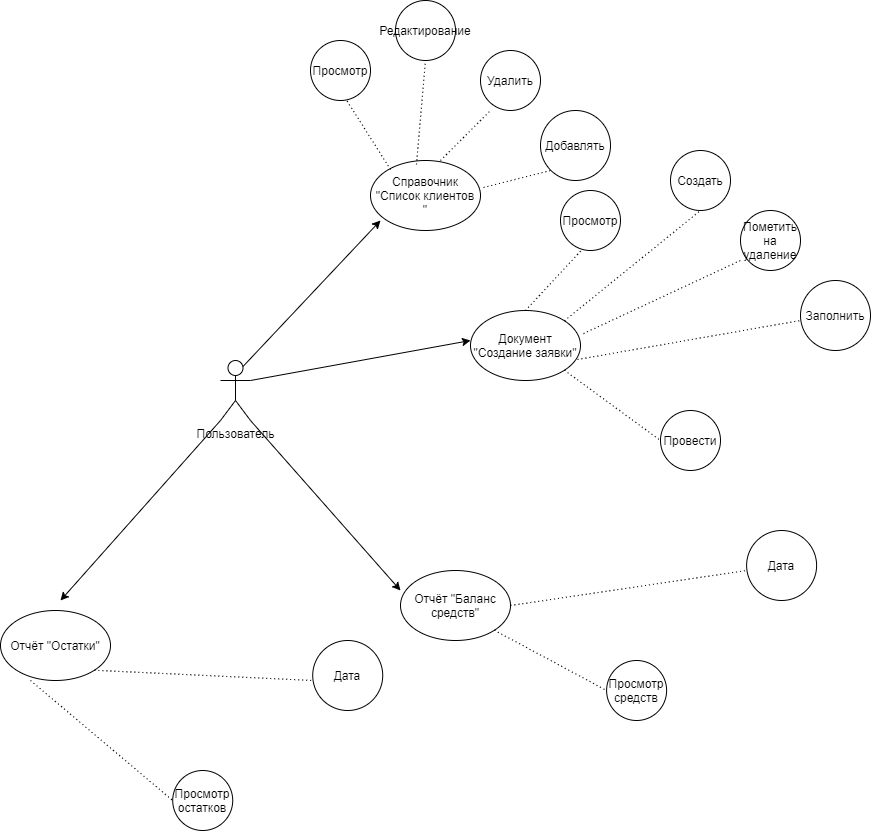
Before: ДиаграммаВариантовИспользования.png, a diagram exported from draw.io (aiecs/practice_shumilin). Source tidied: cells renumbered, new cells last; positions are measured from the earlier drawing's top-left corner, leaving out a move shared by most shapes.
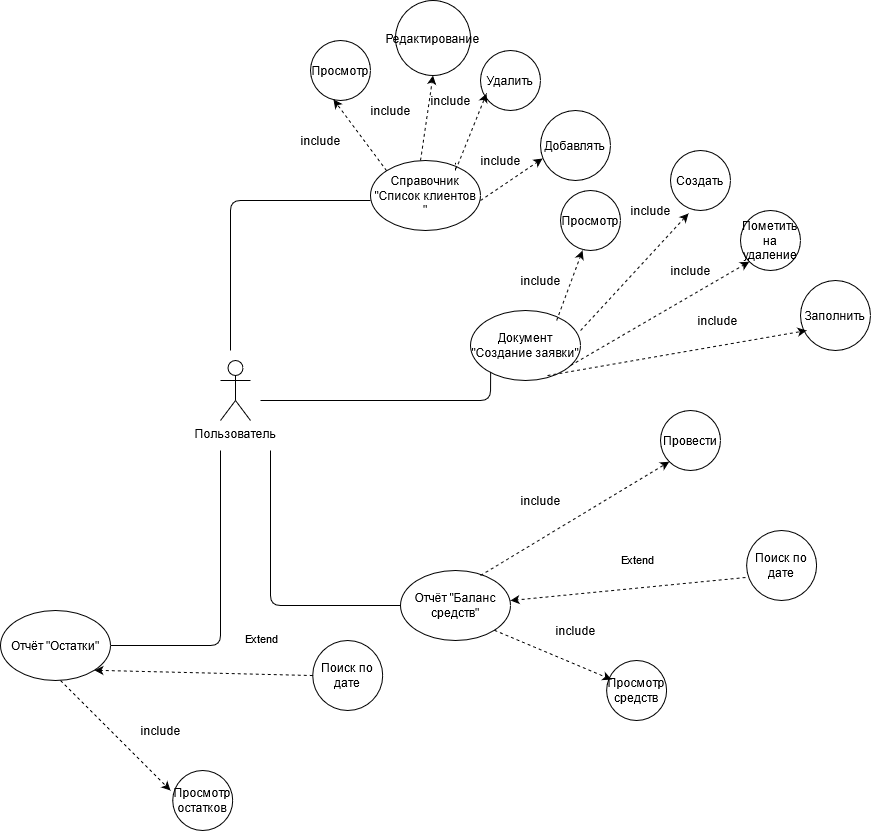
Later version of the same file.

Change to the diagram source:
```diff
@@ -5,28 +5,6 @@
     <mxCell id="2" value="Пользователь&lt;br&gt;" style="shape=umlActor;verticalLabelPosition=bottom;verticalAlign=top;html=1;outlineConnect=0;" parent="1" vertex="1">
       <mxGeometry x="220" y="360" width="30" height="60" as="geometry" />
     </mxCell>
-    <mxCell id="3" style="endArrow=classic;html=1;" parent="1" edge="1">
-      <mxGeometry relative="1" as="geometry">
-        <mxPoint x="220" y="420" as="sourcePoint" />
-        <mxPoint x="60" y="600" as="targetPoint" />
-      </mxGeometry>
-    </mxCell>
-    <mxCell id="4" style="endArrow=classic;html=1;exitX=1;exitY=1;exitDx=0;exitDy=0;exitPerimeter=0;" parent="1" edge="1" source="2">
-      <mxGeometry relative="1" as="geometry">
-        <mxPoint x="400" y="590" as="targetPoint" />
-      </mxGeometry>
-    </mxCell>
-    <mxCell id="5" style="endArrow=classic;html=1;" parent="1" edge="1">
-      <mxGeometry relative="1" as="geometry">
-        <mxPoint x="250" y="380" as="sourcePoint" />
-        <mxPoint x="470" y="340" as="targetPoint" />
-      </mxGeometry>
-    </mxCell>
-    <mxCell id="6" style="endArrow=classic;html=1;exitX=0.75;exitY=0.1;exitDx=0;exitDy=0;exitPerimeter=0;" parent="1" edge="1" source="2">
-      <mxGeometry relative="1" as="geometry">
-        <mxPoint x="380" y="220" as="targetPoint" />
-      </mxGeometry>
-    </mxCell>
     <mxCell id="7" value="Справочник&lt;br&gt;&quot;Список клиентов&lt;br&gt;&quot;" style="ellipse;whiteSpace=wrap;html=1;" parent="1" vertex="1">
       <mxGeometry x="370" y="160" width="110" height="70" as="geometry" />
     </mxCell>
@@ -39,107 +17,180 @@
     <mxCell id="10" value="Отчёт &quot;Остатки&quot;" style="ellipse;whiteSpace=wrap;html=1;" parent="1" vertex="1">
       <mxGeometry y="610" width="110" height="70" as="geometry" />
     </mxCell>
-    <mxCell id="11" style="endArrow=none;dashed=1;html=1;dashPattern=1 3;strokeWidth=1;targetPerimeterSpacing=0;endSize=5;sourcePerimeterSpacing=0;startSize=0;" parent="1" edge="1">
-      <mxGeometry relative="1" as="geometry">
-        <mxPoint x="440" y="160" as="sourcePoint" />
-        <mxPoint x="490" y="110" as="targetPoint" />
-      </mxGeometry>
-    </mxCell>
     <mxCell id="12" value="Удалить" style="ellipse;whiteSpace=wrap;html=1;" parent="1" vertex="1">
       <mxGeometry x="480" y="50" width="60" height="60" as="geometry" />
     </mxCell>
-    <mxCell id="13" style="endArrow=none;dashed=1;html=1;dashPattern=1 3;strokeWidth=1;targetPerimeterSpacing=0;endSize=5;sourcePerimeterSpacing=0;startSize=0;" parent="1" edge="1">
-      <mxGeometry relative="1" as="geometry">
-        <mxPoint x="390" y="169" as="sourcePoint" />
-        <mxPoint x="340" y="90" as="targetPoint" />
-      </mxGeometry>
-    </mxCell>
     <mxCell id="14" value="Просмотр" style="ellipse;whiteSpace=wrap;html=1;" parent="1" vertex="1">
       <mxGeometry x="310" y="40" width="60" height="60" as="geometry" />
     </mxCell>
-    <mxCell id="15" style="endArrow=none;dashed=1;html=1;dashPattern=1 3;strokeWidth=1;targetPerimeterSpacing=0;endSize=5;sourcePerimeterSpacing=0;startSize=0;exitX=0.418;exitY=0.057;exitDx=0;exitDy=0;exitPerimeter=0;entryX=0.5;entryY=1;entryDx=0;entryDy=0;" parent="1" edge="1" source="7" target="16">
-      <mxGeometry relative="1" as="geometry" />
-    </mxCell>
     <mxCell id="16" value="Редактирование" style="ellipse;whiteSpace=wrap;html=1;" parent="1" vertex="1">
-      <mxGeometry x="395" width="60" height="60" as="geometry" />
+      <mxGeometry x="395" width="75" height="75" as="geometry" />
     </mxCell>
-    <mxCell id="17" style="endArrow=none;dashed=1;html=1;dashPattern=1 3;strokeWidth=1;targetPerimeterSpacing=0;endSize=5;sourcePerimeterSpacing=0;startSize=0;exitX=1.027;exitY=0.386;exitDx=0;exitDy=0;exitPerimeter=0;" parent="1" edge="1" source="7">
-      <mxGeometry relative="1" as="geometry">
-        <mxPoint x="550" y="170" as="targetPoint" />
-      </mxGeometry>
-    </mxCell>
     <mxCell id="18" value="Добавлять" style="ellipse;whiteSpace=wrap;html=1;" parent="1" vertex="1">
       <mxGeometry x="540" y="110" width="70" height="70" as="geometry" />
     </mxCell>
-    <mxCell id="19" style="endArrow=none;dashed=1;html=1;dashPattern=1 3;strokeWidth=1;targetPerimeterSpacing=0;endSize=5;sourcePerimeterSpacing=0;startSize=0;exitX=1.027;exitY=0.329;exitDx=0;exitDy=0;exitPerimeter=0;" parent="1" edge="1" source="8">
-      <mxGeometry relative="1" as="geometry">
-        <mxPoint x="740" y="260" as="targetPoint" />
-      </mxGeometry>
-    </mxCell>
     <mxCell id="20" value="Пометить на удаление" style="ellipse;whiteSpace=wrap;html=1;" parent="1" vertex="1">
       <mxGeometry x="740" y="210" width="60" height="60" as="geometry" />
     </mxCell>
-    <mxCell id="21" style="endArrow=none;dashed=1;html=1;dashPattern=1 3;strokeWidth=1;targetPerimeterSpacing=0;endSize=5;sourcePerimeterSpacing=0;startSize=0;exitX=0.5;exitY=0;exitDx=0;exitDy=0;" parent="1" edge="1" source="8">
-      <mxGeometry relative="1" as="geometry">
-        <mxPoint x="590" y="240" as="targetPoint" />
-      </mxGeometry>
-    </mxCell>
     <mxCell id="22" value="Просмотр" style="ellipse;whiteSpace=wrap;html=1;" parent="1" vertex="1">
       <mxGeometry x="560" y="190" width="60" height="60" as="geometry" />
     </mxCell>
-    <mxCell id="23" style="endArrow=none;dashed=1;html=1;dashPattern=1 3;strokeWidth=1;targetPerimeterSpacing=0;endSize=5;sourcePerimeterSpacing=0;startSize=0;exitX=1;exitY=0;exitDx=0;exitDy=0;entryX=0.5;entryY=1;entryDx=0;entryDy=0;" parent="1" edge="1" source="8" target="24">
-      <mxGeometry relative="1" as="geometry" />
-    </mxCell>
     <mxCell id="24" value="Создать" style="ellipse;whiteSpace=wrap;html=1;" parent="1" vertex="1">
       <mxGeometry x="670" y="150" width="60" height="60" as="geometry" />
     </mxCell>
-    <mxCell id="25" style="endArrow=none;dashed=1;html=1;dashPattern=1 3;strokeWidth=1;targetPerimeterSpacing=0;endSize=5;sourcePerimeterSpacing=0;startSize=0;exitX=0.973;exitY=0.7;exitDx=0;exitDy=0;exitPerimeter=0;" parent="1" edge="1" source="8">
-      <mxGeometry relative="1" as="geometry">
-        <mxPoint x="800" y="320" as="targetPoint" />
-      </mxGeometry>
-    </mxCell>
     <mxCell id="26" value="Заполнить&lt;br&gt;" style="ellipse;whiteSpace=wrap;html=1;" parent="1" vertex="1">
       <mxGeometry x="800" y="280" width="70" height="70" as="geometry" />
     </mxCell>
-    <mxCell id="27" style="endArrow=none;dashed=1;html=1;dashPattern=1 3;strokeWidth=1;targetPerimeterSpacing=0;endSize=5;sourcePerimeterSpacing=0;startSize=0;exitX=1;exitY=1;exitDx=0;exitDy=0;" parent="1" edge="1" source="8">
-      <mxGeometry relative="1" as="geometry">
-        <mxPoint x="660" y="440" as="targetPoint" />
-      </mxGeometry>
-    </mxCell>
     <mxCell id="28" value="Провести" style="ellipse;whiteSpace=wrap;html=1;" parent="1" vertex="1">
       <mxGeometry x="660" y="410" width="60" height="60" as="geometry" />
     </mxCell>
-    <mxCell id="29" style="endArrow=none;dashed=1;html=1;dashPattern=1 3;strokeWidth=1;targetPerimeterSpacing=0;endSize=5;sourcePerimeterSpacing=0;startSize=0;exitX=1;exitY=0.5;exitDx=0;exitDy=0;" parent="1" edge="1" source="9">
-      <mxGeometry relative="1" as="geometry">
-        <mxPoint x="746.1" y="570" as="targetPoint" />
-      </mxGeometry>
-    </mxCell>
-    <mxCell id="30" value="Дата" style="ellipse;whiteSpace=wrap;html=1;" parent="1" vertex="1">
+    <mxCell id="30" value="Поиск по дате" style="ellipse;whiteSpace=wrap;html=1;" parent="1" vertex="1">
       <mxGeometry x="746.1" y="530" width="70" height="70" as="geometry" />
     </mxCell>
-    <mxCell id="31" style="endArrow=none;dashed=1;html=1;dashPattern=1 3;strokeWidth=1;targetPerimeterSpacing=0;endSize=5;sourcePerimeterSpacing=0;startSize=0;exitX=1;exitY=1;exitDx=0;exitDy=0;" parent="1" edge="1" source="9">
-      <mxGeometry relative="1" as="geometry">
-        <mxPoint x="606.1" y="690" as="targetPoint" />
-      </mxGeometry>
-    </mxCell>
     <mxCell id="32" value="Просмотр средств" style="ellipse;whiteSpace=wrap;html=1;" parent="1" vertex="1">
       <mxGeometry x="606.1" y="660" width="60" height="60" as="geometry" />
     </mxCell>
-    <mxCell id="33" style="endArrow=none;dashed=1;html=1;dashPattern=1 3;strokeWidth=1;targetPerimeterSpacing=0;endSize=5;sourcePerimeterSpacing=0;startSize=0;exitX=1;exitY=1;exitDx=0;exitDy=0;" parent="1" edge="1" source="10">
-      <mxGeometry relative="1" as="geometry">
-        <mxPoint x="312.2" y="680" as="targetPoint" />
-      </mxGeometry>
-    </mxCell>
-    <mxCell id="34" value="Дата" style="ellipse;whiteSpace=wrap;html=1;" parent="1" vertex="1">
+    <mxCell id="34" value="Поиск по дате" style="ellipse;whiteSpace=wrap;html=1;" parent="1" vertex="1">
       <mxGeometry x="312.2" y="640" width="70" height="70" as="geometry" />
     </mxCell>
-    <mxCell id="35" style="endArrow=none;dashed=1;html=1;dashPattern=1 3;strokeWidth=1;targetPerimeterSpacing=0;endSize=5;sourcePerimeterSpacing=0;startSize=0;exitX=0.273;exitY=1;exitDx=0;exitDy=0;exitPerimeter=0;" parent="1" edge="1" source="10">
-      <mxGeometry relative="1" as="geometry">
-        <mxPoint x="172.2" y="800" as="targetPoint" />
-      </mxGeometry>
-    </mxCell>
     <mxCell id="36" value="Просмотр остатков" style="ellipse;whiteSpace=wrap;html=1;" parent="1" vertex="1">
       <mxGeometry x="172.2" y="770" width="60" height="60" as="geometry" />
     </mxCell>
+    <mxCell id="37" style="endArrow=none;html=1;entryX=0.183;entryY=0.876;entryDx=0;entryDy=0;entryPerimeter=0;" parent="1" edge="1" target="8">
+      <mxGeometry relative="1" as="geometry">
+        <mxPoint x="260" y="400" as="sourcePoint" />
+        <Array as="points">
+          <mxPoint x="490" y="400" />
+        </Array>
+      </mxGeometry>
+    </mxCell>
+    <mxCell id="38" style="endArrow=none;html=1;exitX=1;exitY=0.5;exitDx=0;exitDy=0;" parent="1" edge="1" source="10">
+      <mxGeometry relative="1" as="geometry">
+        <mxPoint x="220" y="450" as="targetPoint" />
+        <Array as="points">
+          <mxPoint x="220" y="645" />
+        </Array>
+      </mxGeometry>
+    </mxCell>
+    <mxCell id="39" style="endArrow=none;html=1;exitX=0;exitY=0.5;exitDx=0;exitDy=0;" parent="1" edge="1" source="9">
+      <mxGeometry relative="1" as="geometry">
+        <mxPoint x="270" y="450" as="targetPoint" />
+        <Array as="points">
+          <mxPoint x="270" y="605" />
+        </Array>
+      </mxGeometry>
+    </mxCell>
+    <mxCell id="40" style="endArrow=none;html=1;" parent="1" edge="1">
+      <mxGeometry relative="1" as="geometry">
+        <mxPoint x="230" y="350" as="sourcePoint" />
+        <mxPoint x="370" y="200" as="targetPoint" />
+        <Array as="points">
+          <mxPoint x="230" y="200" />
+        </Array>
+      </mxGeometry>
+    </mxCell>
+    <mxCell id="41" style="endArrow=classic;html=1;dashed=1;" parent="1" edge="1">
+      <mxGeometry relative="1" as="geometry">
+        <mxPoint x="60" y="680" as="sourcePoint" />
+        <mxPoint x="170" y="790" as="targetPoint" />
+      </mxGeometry>
+    </mxCell>
+    <mxCell id="42" style="endArrow=classic;html=1;entryX=1;entryY=1;entryDx=0;entryDy=0;exitX=0;exitY=0.5;exitDx=0;exitDy=0;dashed=1;" parent="1" edge="1" source="34" target="10">
+      <mxGeometry relative="1" as="geometry" />
+    </mxCell>
+    <mxCell id="43" value="&lt;div&gt;Extend&lt;/div&gt;&lt;div&gt;&lt;br&gt;&lt;/div&gt;" style="edgeLabel;html=1;align=center;verticalAlign=middle;" parent="42" vertex="1">
+      <mxGeometry x="-0.58" relative="1" as="geometry">
+        <mxPoint x="-6" y="-29" as="offset" />
+      </mxGeometry>
+    </mxCell>
+    <mxCell id="44" style="endArrow=classic;html=1;entryX=0.081;entryY=0.317;entryDx=0;entryDy=0;entryPerimeter=0;exitX=1;exitY=1;exitDx=0;exitDy=0;dashed=1;" parent="1" edge="1" source="9" target="32">
+      <mxGeometry relative="1" as="geometry" />
+    </mxCell>
+    <mxCell id="45" style="endArrow=classic;html=1;entryX=-0.016;entryY=0.671;entryDx=0;entryDy=0;entryPerimeter=0;exitX=-0.016;exitY=0.671;exitDx=0;exitDy=0;exitPerimeter=0;dashed=1;" parent="1" edge="1" source="30">
+      <mxGeometry relative="1" as="geometry">
+        <mxPoint x="510" y="600" as="targetPoint" />
+      </mxGeometry>
+    </mxCell>
+    <mxCell id="46" style="endArrow=classic;html=1;entryX=0;entryY=1;entryDx=0;entryDy=0;exitX=0.727;exitY=0.071;exitDx=0;exitDy=0;exitPerimeter=0;dashed=1;" parent="1" edge="1" source="9" target="28">
+      <mxGeometry relative="1" as="geometry" />
+    </mxCell>
+    <mxCell id="47" style="endArrow=classic;html=1;entryX=0.383;entryY=0.983;entryDx=0;entryDy=0;entryPerimeter=0;exitX=0;exitY=0;exitDx=0;exitDy=0;dashed=1;" parent="1" edge="1" source="7" target="14">
+      <mxGeometry relative="1" as="geometry" />
+    </mxCell>
+    <mxCell id="48" style="endArrow=classic;html=1;entryX=0.5;entryY=1;entryDx=0;entryDy=0;dashed=1;" parent="1" edge="1" target="16">
+      <mxGeometry relative="1" as="geometry">
+        <mxPoint x="420" y="160" as="sourcePoint" />
+      </mxGeometry>
+    </mxCell>
+    <mxCell id="49" style="endArrow=classic;html=1;entryX=0.1;entryY=0.717;entryDx=0;entryDy=0;entryPerimeter=0;dashed=1;" parent="1" edge="1" target="12">
+      <mxGeometry relative="1" as="geometry">
+        <mxPoint x="455" y="170" as="sourcePoint" />
+        <Array as="points">
+          <mxPoint x="455" y="160" />
+          <mxPoint x="455" y="170" />
+        </Array>
+      </mxGeometry>
+    </mxCell>
+    <mxCell id="50" style="endArrow=classic;html=1;entryX=0.029;entryY=0.686;entryDx=0;entryDy=0;entryPerimeter=0;dashed=1;" parent="1" edge="1" target="18">
+      <mxGeometry relative="1" as="geometry">
+        <mxPoint x="480" y="200" as="sourcePoint" />
+      </mxGeometry>
+    </mxCell>
+    <mxCell id="51" style="endArrow=classic;html=1;entryX=0.367;entryY=1;entryDx=0;entryDy=0;entryPerimeter=0;dashed=1;" parent="1" edge="1" target="22">
+      <mxGeometry relative="1" as="geometry">
+        <mxPoint x="556.1" y="320" as="sourcePoint" />
+      </mxGeometry>
+    </mxCell>
+    <mxCell id="52" style="endArrow=classic;html=1;entryX=0.3;entryY=1.05;entryDx=0;entryDy=0;entryPerimeter=0;dashed=1;" parent="1" edge="1" target="24">
+      <mxGeometry relative="1" as="geometry">
+        <mxPoint x="580" y="330" as="sourcePoint" />
+      </mxGeometry>
+    </mxCell>
+    <mxCell id="53" style="endArrow=classic;html=1;entryX=0;entryY=1;entryDx=0;entryDy=0;dashed=1;" parent="1" edge="1" target="20">
+      <mxGeometry relative="1" as="geometry">
+        <mxPoint x="570" y="365" as="sourcePoint" />
+      </mxGeometry>
+    </mxCell>
+    <mxCell id="54" style="endArrow=classic;html=1;exitX=0.7;exitY=0.929;exitDx=0;exitDy=0;exitPerimeter=0;dashed=1;" parent="1" edge="1" source="8">
+      <mxGeometry relative="1" as="geometry">
+        <mxPoint x="806.1" y="330" as="targetPoint" />
+      </mxGeometry>
+    </mxCell>
+    <mxCell id="55" value="&lt;div&gt;Extend&lt;/div&gt;&lt;div&gt;&lt;br&gt;&lt;/div&gt;" style="edgeLabel;html=1;align=center;verticalAlign=middle;" parent="1" vertex="1">
+      <mxGeometry x="636.1" y="565" as="geometry" />
+    </mxCell>
+    <mxCell id="56" value="include" style="text;html=1;align=center;verticalAlign=middle;strokeColor=none;" parent="1" vertex="1">
+      <mxGeometry x="510" y="490" width="60" height="20" as="geometry" />
+    </mxCell>
+    <mxCell id="57" value="include" style="text;html=1;align=center;verticalAlign=middle;strokeColor=none;" parent="1" vertex="1">
+      <mxGeometry x="545" y="620" width="60" height="20" as="geometry" />
+    </mxCell>
+    <mxCell id="58" value="include" style="text;html=1;align=center;verticalAlign=middle;strokeColor=none;" parent="1" vertex="1">
+      <mxGeometry x="130" y="720" width="60" height="20" as="geometry" />
+    </mxCell>
+    <mxCell id="59" value="include" style="text;html=1;align=center;verticalAlign=middle;strokeColor=none;" parent="1" vertex="1">
+      <mxGeometry x="687" y="310" width="60" height="20" as="geometry" />
+    </mxCell>
+    <mxCell id="60" value="include" style="text;html=1;align=center;verticalAlign=middle;strokeColor=none;" parent="1" vertex="1">
+      <mxGeometry x="660" y="260" width="60" height="20" as="geometry" />
+    </mxCell>
+    <mxCell id="61" value="include" style="text;html=1;align=center;verticalAlign=middle;strokeColor=none;" parent="1" vertex="1">
+      <mxGeometry x="620" y="200" width="60" height="20" as="geometry" />
+    </mxCell>
+    <mxCell id="62" value="include" style="text;html=1;align=center;verticalAlign=middle;strokeColor=none;dashed=1;" parent="1" vertex="1">
+      <mxGeometry x="510" y="270" width="60" height="20" as="geometry" />
+    </mxCell>
+    <mxCell id="63" value="include" style="text;html=1;align=center;verticalAlign=middle;strokeColor=none;" parent="1" vertex="1">
+      <mxGeometry x="290" y="130" width="60" height="20" as="geometry" />
+    </mxCell>
+    <mxCell id="64" value="include" style="text;html=1;align=center;verticalAlign=middle;strokeColor=none;" parent="1" vertex="1">
+      <mxGeometry x="360" y="100" width="60" height="20" as="geometry" />
+    </mxCell>
+    <mxCell id="65" value="include" style="text;html=1;align=center;verticalAlign=middle;strokeColor=none;" parent="1" vertex="1">
+      <mxGeometry x="420" y="90" width="60" height="20" as="geometry" />
+    </mxCell>
+    <mxCell id="66" value="include" style="text;html=1;align=center;verticalAlign=middle;strokeColor=none;" parent="1" vertex="1">
+      <mxGeometry x="470" y="150" width="60" height="20" as="geometry" />
+    </mxCell>
   </root>
 </mxGraphModel>
```
